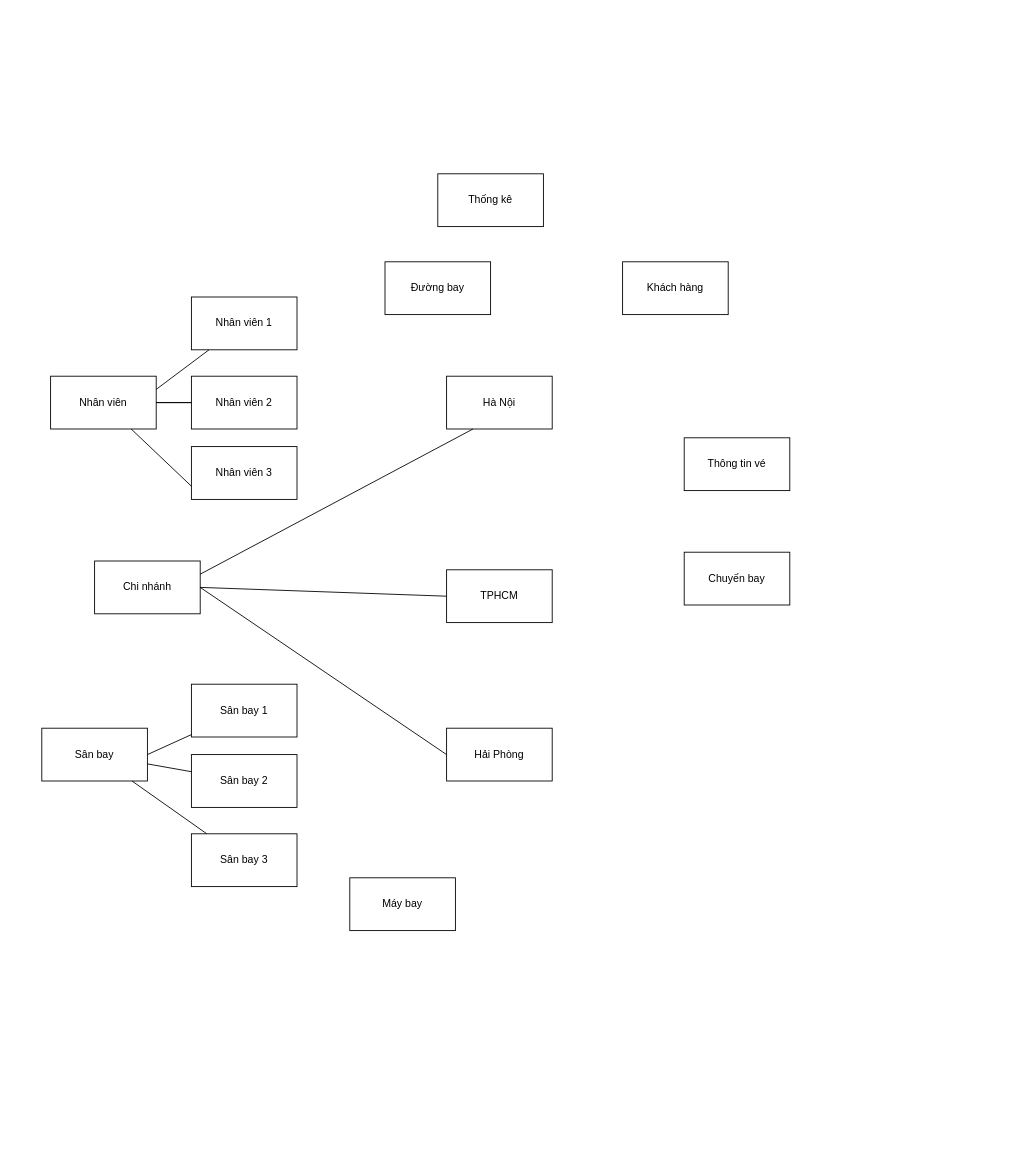
The draw.io diagram Untitled Diagram.drawio in Datbuudien/S-nh-v-, before the edit. Source tidied: cells renumbered, new cells numbered last; positions are measured from the earlier drawing's top-left corner, leaving out a move shared by most shapes. Both pictures are drawn from the tidied source at 88%, with x=0, y=0 at pixel (41, 173).
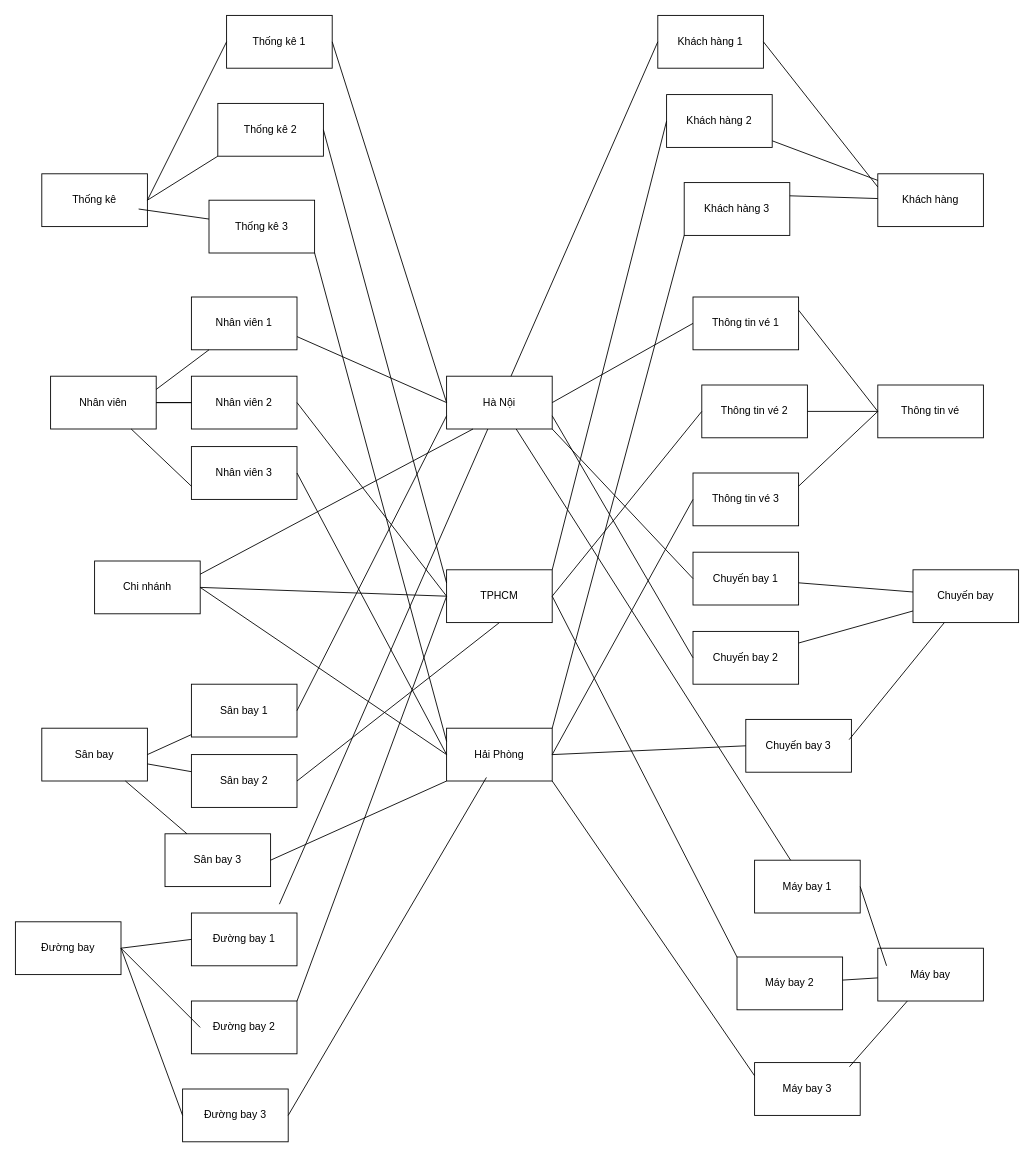
Above is the later version.

The change refers to these unchanged cells:
```xml
<mxCell id="2" value="Hà Nội" style="rounded=0;whiteSpace=wrap;html=1;" parent="1" vertex="1">
  <mxGeometry x="460" y="230" width="120" height="60" as="geometry" />
</mxCell>
<mxCell id="3" value="TPHCM" style="rounded=0;whiteSpace=wrap;html=1;" parent="1" vertex="1">
  <mxGeometry x="460" y="450" width="120" height="60" as="geometry" />
</mxCell>
<mxCell id="4" value="Hải Phòng" style="rounded=0;whiteSpace=wrap;html=1;" parent="1" vertex="1">
  <mxGeometry x="460" y="630" width="120" height="60" as="geometry" />
</mxCell>
<mxCell id="10" value="Nhân viên 1" style="rounded=0;whiteSpace=wrap;html=1;" parent="1" vertex="1">
  <mxGeometry x="170" y="140" width="120" height="60" as="geometry" />
</mxCell>
<mxCell id="11" value="Nhân viên 2" style="rounded=0;whiteSpace=wrap;html=1;" parent="1" vertex="1">
  <mxGeometry x="170" y="230" width="120" height="60" as="geometry" />
</mxCell>
<mxCell id="12" value="Nhân viên 3" style="rounded=0;whiteSpace=wrap;html=1;" parent="1" vertex="1">
  <mxGeometry x="170" y="310" width="120" height="60" as="geometry" />
</mxCell>
<mxCell id="24" value="Sân bay 1" style="rounded=0;whiteSpace=wrap;html=1;" parent="1" vertex="1">
  <mxGeometry x="170" y="580" width="120" height="60" as="geometry" />
</mxCell>
<mxCell id="25" value="Sân bay 2" style="rounded=0;whiteSpace=wrap;html=1;" parent="1" vertex="1">
  <mxGeometry x="170" y="660" width="120" height="60" as="geometry" />
</mxCell>
```

Change to the diagram source:
```diff
@@
     <mxCell id="18" value="Thống kê" style="rounded=0;whiteSpace=wrap;html=1;" parent="1" vertex="1">
-      <mxGeometry x="450" width="120" height="60" as="geometry" />
+      <mxGeometry width="120" height="60" as="geometry" />
     </mxCell>
     <mxCell id="19" value="Khách hàng" style="rounded=0;whiteSpace=wrap;html=1;" parent="1" vertex="1">
-      <mxGeometry x="660" y="100" width="120" height="60" as="geometry" />
+      <mxGeometry x="950" width="120" height="60" as="geometry" />
     </mxCell>
     <mxCell id="20" value="Thông tin vé" style="rounded=0;whiteSpace=wrap;html=1;" parent="1" vertex="1">
-      <mxGeometry x="730" y="300" width="120" height="60" as="geometry" />
+      <mxGeometry x="950" y="240" width="120" height="60" as="geometry" />
     </mxCell>
     <mxCell id="21" value="Đường bay" style="rounded=0;whiteSpace=wrap;html=1;" parent="1" vertex="1">
-      <mxGeometry x="390" y="100" width="120" height="60" as="geometry" />
+      <mxGeometry x="-30" y="850" width="120" height="60" as="geometry" />
     </mxCell>
     <mxCell id="22" value="Chuyến bay" style="rounded=0;whiteSpace=wrap;html=1;" parent="1" vertex="1">
-      <mxGeometry x="730" y="430" width="120" height="60" as="geometry" />
+      <mxGeometry x="990" y="450" width="120" height="60" as="geometry" />
     </mxCell>
     <mxCell id="23" value="Máy bay" style="rounded=0;whiteSpace=wrap;html=1;" parent="1" vertex="1">
-      <mxGeometry x="350" y="800" width="120" height="60" as="geometry" />
+      <mxGeometry x="950" y="880" width="120" height="60" as="geometry" />
     </mxCell>
@@
     <mxCell id="26" value="Sân bay 3" style="rounded=0;whiteSpace=wrap;html=1;" parent="1" vertex="1">
-      <mxGeometry x="170" y="750" width="120" height="60" as="geometry" />
+      <mxGeometry x="140" y="750" width="120" height="60" as="geometry" />
     </mxCell>
@@
+    <mxCell id="30" value="Thông tin vé 1" style="rounded=0;whiteSpace=wrap;html=1;" parent="1" vertex="1">
+      <mxGeometry x="740" y="140" width="120" height="60" as="geometry" />
+    </mxCell>
+    <mxCell id="31" value="Thông tin vé 3" style="rounded=0;whiteSpace=wrap;html=1;" parent="1" vertex="1">
+      <mxGeometry x="740" y="340" width="120" height="60" as="geometry" />
+    </mxCell>
+    <mxCell id="32" value="Thông tin vé 2" style="rounded=0;whiteSpace=wrap;html=1;" parent="1" vertex="1">
+      <mxGeometry x="750" y="240" width="120" height="60" as="geometry" />
+    </mxCell>
+    <mxCell id="33" style="endArrow=none;html=1;rounded=0;entryX=0;entryY=0.5;entryDx=0;entryDy=0;exitX=1;exitY=0.25;exitDx=0;exitDy=0;" parent="1" edge="1" source="30" target="20">
+      <mxGeometry relative="1" as="geometry" />
+    </mxCell>
+    <mxCell id="34" style="endArrow=none;html=1;rounded=0;entryX=0;entryY=0.5;entryDx=0;entryDy=0;exitX=1;exitY=0.5;exitDx=0;exitDy=0;" parent="1" edge="1" source="32" target="20">
+      <mxGeometry relative="1" as="geometry" />
+    </mxCell>
+    <mxCell id="35" style="endArrow=none;html=1;rounded=0;exitX=1;exitY=0.25;exitDx=0;exitDy=0;entryX=0;entryY=0.5;entryDx=0;entryDy=0;" parent="1" edge="1" source="31" target="20">
+      <mxGeometry relative="1" as="geometry" />
+    </mxCell>
+    <mxCell id="36" value="Chuyến bay 3" style="rounded=0;whiteSpace=wrap;html=1;" parent="1" vertex="1">
+      <mxGeometry x="800" y="620" width="120" height="60" as="geometry" />
+    </mxCell>
+    <mxCell id="37" value="Chuyến bay 2" style="rounded=0;whiteSpace=wrap;html=1;" parent="1" vertex="1">
+      <mxGeometry x="740" y="520" width="120" height="60" as="geometry" />
+    </mxCell>
+    <mxCell id="38" value="Chuyến bay 1" style="rounded=0;whiteSpace=wrap;html=1;" parent="1" vertex="1">
+      <mxGeometry x="740" y="430" width="120" height="60" as="geometry" />
+    </mxCell>
+    <mxCell id="39" style="endArrow=none;html=1;rounded=0;" parent="1" edge="1" source="38" target="22">
+      <mxGeometry relative="1" as="geometry" />
+    </mxCell>
+    <mxCell id="40" style="endArrow=none;html=1;rounded=0;" parent="1" edge="1" source="37" target="22">
+      <mxGeometry relative="1" as="geometry" />
+    </mxCell>
+    <mxCell id="41" style="endArrow=none;html=1;rounded=0;exitX=0.979;exitY=0.383;exitDx=0;exitDy=0;exitPerimeter=0;" parent="1" edge="1" source="36" target="22">
+      <mxGeometry relative="1" as="geometry" />
+    </mxCell>
+    <mxCell id="42" value="Thống kê 1" style="rounded=0;whiteSpace=wrap;html=1;" parent="1" vertex="1">
+      <mxGeometry x="210" y="-180" width="120" height="60" as="geometry" />
+    </mxCell>
+    <mxCell id="43" value="Thống kê 2" style="rounded=0;whiteSpace=wrap;html=1;" parent="1" vertex="1">
+      <mxGeometry x="200" y="-80" width="120" height="60" as="geometry" />
+    </mxCell>
+    <mxCell id="44" value="Thống kê 3" style="rounded=0;whiteSpace=wrap;html=1;" parent="1" vertex="1">
+      <mxGeometry x="190" y="30" width="120" height="60" as="geometry" />
+    </mxCell>
+    <mxCell id="45" value="Khách hàng 3" style="rounded=0;whiteSpace=wrap;html=1;" parent="1" vertex="1">
+      <mxGeometry x="730" y="10" width="120" height="60" as="geometry" />
+    </mxCell>
+    <mxCell id="46" value="Khách hàng 2" style="rounded=0;whiteSpace=wrap;html=1;" parent="1" vertex="1">
+      <mxGeometry x="710" y="-90" width="120" height="60" as="geometry" />
+    </mxCell>
+    <mxCell id="47" value="Khách hàng 1" style="rounded=0;whiteSpace=wrap;html=1;" parent="1" vertex="1">
+      <mxGeometry x="700" y="-180" width="120" height="60" as="geometry" />
+    </mxCell>
+    <mxCell id="48" value="Máy bay 2" style="rounded=0;whiteSpace=wrap;html=1;" parent="1" vertex="1">
+      <mxGeometry x="790" y="890" width="120" height="60" as="geometry" />
+    </mxCell>
+    <mxCell id="49" value="Máy bay 1" style="rounded=0;whiteSpace=wrap;html=1;" parent="1" vertex="1">
+      <mxGeometry x="810" y="780" width="120" height="60" as="geometry" />
+    </mxCell>
+    <mxCell id="50" value="Máy bay 3" style="rounded=0;whiteSpace=wrap;html=1;" parent="1" vertex="1">
+      <mxGeometry x="810" y="1010" width="120" height="60" as="geometry" />
+    </mxCell>
+    <mxCell id="51" style="endArrow=none;html=1;rounded=0;exitX=1;exitY=0.25;exitDx=0;exitDy=0;" parent="1" edge="1" source="45" target="19">
+      <mxGeometry relative="1" as="geometry" />
+    </mxCell>
+    <mxCell id="52" style="endArrow=none;html=1;rounded=0;" parent="1" edge="1" source="46" target="19">
+      <mxGeometry relative="1" as="geometry" />
+    </mxCell>
+    <mxCell id="53" style="endArrow=none;html=1;rounded=0;entryX=0;entryY=0.25;entryDx=0;entryDy=0;exitX=1;exitY=0.5;exitDx=0;exitDy=0;" parent="1" edge="1" source="47" target="19">
+      <mxGeometry relative="1" as="geometry" />
+    </mxCell>
+    <mxCell id="54" style="endArrow=none;html=1;rounded=0;exitX=1;exitY=0.5;exitDx=0;exitDy=0;entryX=0;entryY=0.5;entryDx=0;entryDy=0;" parent="1" edge="1" source="18" target="42">
+      <mxGeometry relative="1" as="geometry" />
+    </mxCell>
+    <mxCell id="55" style="endArrow=none;html=1;rounded=0;exitX=1;exitY=0.5;exitDx=0;exitDy=0;entryX=0;entryY=1;entryDx=0;entryDy=0;" parent="1" edge="1" source="18" target="43">
+      <mxGeometry relative="1" as="geometry" />
+    </mxCell>
+    <mxCell id="56" style="endArrow=none;html=1;rounded=0;exitX=0.917;exitY=0.667;exitDx=0;exitDy=0;exitPerimeter=0;" parent="1" edge="1" source="18" target="44">
+      <mxGeometry relative="1" as="geometry" />
+    </mxCell>
+    <mxCell id="57" style="endArrow=none;html=1;rounded=0;entryX=0.083;entryY=0.333;entryDx=0;entryDy=0;entryPerimeter=0;exitX=1;exitY=0.5;exitDx=0;exitDy=0;" parent="1" edge="1" source="49" target="23">
+      <mxGeometry relative="1" as="geometry" />
+    </mxCell>
+    <mxCell id="58" style="endArrow=none;html=1;rounded=0;" parent="1" edge="1" source="48" target="23">
+      <mxGeometry relative="1" as="geometry" />
+    </mxCell>
+    <mxCell id="59" style="endArrow=none;html=1;rounded=0;exitX=0.898;exitY=0.079;exitDx=0;exitDy=0;exitPerimeter=0;" parent="1" edge="1" source="50" target="23">
+      <mxGeometry relative="1" as="geometry" />
+    </mxCell>
+    <mxCell id="60" style="endArrow=none;html=1;rounded=0;exitX=1;exitY=0.5;exitDx=0;exitDy=0;entryX=0;entryY=0.5;entryDx=0;entryDy=0;" parent="1" edge="1" source="42" target="2">
+      <mxGeometry relative="1" as="geometry" />
+    </mxCell>
+    <mxCell id="61" value="Đường bay 1" style="rounded=0;whiteSpace=wrap;html=1;" parent="1" vertex="1">
+      <mxGeometry x="170" y="840" width="120" height="60" as="geometry" />
+    </mxCell>
+    <mxCell id="62" value="Đường bay 2" style="rounded=0;whiteSpace=wrap;html=1;" parent="1" vertex="1">
+      <mxGeometry x="170" y="940" width="120" height="60" as="geometry" />
+    </mxCell>
+    <mxCell id="63" value="Đường bay 3" style="rounded=0;whiteSpace=wrap;html=1;" parent="1" vertex="1">
+      <mxGeometry x="160" y="1040" width="120" height="60" as="geometry" />
+    </mxCell>
+    <mxCell id="64" style="endArrow=none;html=1;rounded=0;exitX=1;exitY=0.5;exitDx=0;exitDy=0;entryX=0;entryY=0.5;entryDx=0;entryDy=0;" parent="1" edge="1" source="21" target="61">
+      <mxGeometry relative="1" as="geometry" />
+    </mxCell>
+    <mxCell id="65" style="endArrow=none;html=1;rounded=0;exitX=1;exitY=0.5;exitDx=0;exitDy=0;entryX=0.083;entryY=0.5;entryDx=0;entryDy=0;entryPerimeter=0;" parent="1" edge="1" source="21" target="62">
+      <mxGeometry relative="1" as="geometry" />
+    </mxCell>
+    <mxCell id="66" style="endArrow=none;html=1;rounded=0;exitX=1;exitY=0.5;exitDx=0;exitDy=0;entryX=0;entryY=0.5;entryDx=0;entryDy=0;" parent="1" edge="1" source="21" target="63">
+      <mxGeometry relative="1" as="geometry" />
+    </mxCell>
+    <mxCell id="67" style="endArrow=none;html=1;rounded=0;entryX=0;entryY=0.5;entryDx=0;entryDy=0;" parent="1" edge="1" source="2" target="47">
+      <mxGeometry relative="1" as="geometry" />
+    </mxCell>
+    <mxCell id="68" style="endArrow=none;html=1;rounded=0;entryX=0;entryY=0.5;entryDx=0;entryDy=0;exitX=1;exitY=0.5;exitDx=0;exitDy=0;" parent="1" edge="1" source="2" target="30">
+      <mxGeometry relative="1" as="geometry" />
+    </mxCell>
+    <mxCell id="69" style="endArrow=none;html=1;rounded=0;exitX=1;exitY=0.75;exitDx=0;exitDy=0;entryX=0;entryY=0.5;entryDx=0;entryDy=0;" parent="1" edge="1" source="10" target="2">
+      <mxGeometry relative="1" as="geometry" />
+    </mxCell>
+    <mxCell id="70" style="endArrow=none;html=1;rounded=0;entryX=0;entryY=0.5;entryDx=0;entryDy=0;exitX=1;exitY=1;exitDx=0;exitDy=0;" parent="1" edge="1" source="2" target="38">
+      <mxGeometry relative="1" as="geometry" />
+    </mxCell>
+    <mxCell id="71" style="endArrow=none;html=1;rounded=0;exitX=1;exitY=0.5;exitDx=0;exitDy=0;entryX=0;entryY=0.75;entryDx=0;entryDy=0;" parent="1" edge="1" source="24" target="2">
+      <mxGeometry relative="1" as="geometry" />
+    </mxCell>
+    <mxCell id="72" style="endArrow=none;html=1;rounded=0;exitX=1;exitY=0.5;exitDx=0;exitDy=0;" parent="1" edge="1" source="25">
+      <mxGeometry relative="1" as="geometry">
+        <mxPoint x="520" y="510" as="targetPoint" />
+      </mxGeometry>
+    </mxCell>
+    <mxCell id="73" style="endArrow=none;html=1;rounded=0;" parent="1" edge="1" target="2">
+      <mxGeometry relative="1" as="geometry">
+        <mxPoint x="270" y="830" as="sourcePoint" />
+      </mxGeometry>
+    </mxCell>
+    <mxCell id="74" style="endArrow=none;html=1;rounded=0;" parent="1" edge="1" source="49" target="2">
+      <mxGeometry relative="1" as="geometry" />
+    </mxCell>
+    <mxCell id="75" style="endArrow=none;html=1;rounded=0;entryX=0;entryY=0.25;entryDx=0;entryDy=0;exitX=1;exitY=0.5;exitDx=0;exitDy=0;" parent="1" edge="1" source="43" target="3">
+      <mxGeometry relative="1" as="geometry" />
+    </mxCell>
+    <mxCell id="76" style="endArrow=none;html=1;rounded=0;entryX=0;entryY=0.25;entryDx=0;entryDy=0;exitX=1;exitY=1;exitDx=0;exitDy=0;" parent="1" edge="1" source="44" target="4">
+      <mxGeometry relative="1" as="geometry" />
+    </mxCell>
+    <mxCell id="77" style="endArrow=none;html=1;rounded=0;entryX=0;entryY=0.5;entryDx=0;entryDy=0;exitX=1;exitY=0;exitDx=0;exitDy=0;" parent="1" edge="1" source="3" target="46">
+      <mxGeometry relative="1" as="geometry" />
+    </mxCell>
+    <mxCell id="78" style="endArrow=none;html=1;rounded=0;entryX=0;entryY=1;entryDx=0;entryDy=0;exitX=1;exitY=0;exitDx=0;exitDy=0;" parent="1" edge="1" source="4" target="45">
+      <mxGeometry relative="1" as="geometry" />
+    </mxCell>
+    <mxCell id="79" style="endArrow=none;html=1;rounded=0;exitX=1;exitY=0.5;exitDx=0;exitDy=0;entryX=0;entryY=0.5;entryDx=0;entryDy=0;" parent="1" edge="1" source="11" target="3">
+      <mxGeometry relative="1" as="geometry" />
+    </mxCell>
+    <mxCell id="80" style="endArrow=none;html=1;rounded=0;exitX=1;exitY=0.5;exitDx=0;exitDy=0;entryX=0;entryY=0.5;entryDx=0;entryDy=0;" parent="1" edge="1" source="12" target="4">
+      <mxGeometry relative="1" as="geometry" />
+    </mxCell>
+    <mxCell id="81" style="endArrow=none;html=1;rounded=0;entryX=0;entryY=0.5;entryDx=0;entryDy=0;exitX=1;exitY=0.5;exitDx=0;exitDy=0;" parent="1" edge="1" source="3" target="32">
+      <mxGeometry relative="1" as="geometry" />
+    </mxCell>
+    <mxCell id="82" style="endArrow=none;html=1;rounded=0;entryX=0;entryY=0.5;entryDx=0;entryDy=0;exitX=1;exitY=0.5;exitDx=0;exitDy=0;" parent="1" edge="1" source="4" target="31">
+      <mxGeometry relative="1" as="geometry" />
+    </mxCell>
+    <mxCell id="83" style="endArrow=none;html=1;rounded=0;entryX=0;entryY=0.5;entryDx=0;entryDy=0;exitX=1;exitY=0.75;exitDx=0;exitDy=0;" parent="1" edge="1" source="2" target="37">
+      <mxGeometry relative="1" as="geometry" />
+    </mxCell>
+    <mxCell id="84" style="endArrow=none;html=1;rounded=0;entryX=0;entryY=0.5;entryDx=0;entryDy=0;" parent="1" edge="1" target="36">
+      <mxGeometry relative="1" as="geometry">
+        <mxPoint x="580" y="660" as="sourcePoint" />
+      </mxGeometry>
+    </mxCell>
+    <mxCell id="85" style="endArrow=none;html=1;rounded=0;exitX=1;exitY=0.5;exitDx=0;exitDy=0;entryX=0;entryY=1;entryDx=0;entryDy=0;" parent="1" edge="1" source="26" target="4">
+      <mxGeometry relative="1" as="geometry" />
+    </mxCell>
+    <mxCell id="86" style="endArrow=none;html=1;rounded=0;exitX=1;exitY=0;exitDx=0;exitDy=0;entryX=0;entryY=0.5;entryDx=0;entryDy=0;" parent="1" edge="1" source="62" target="3">
+      <mxGeometry relative="1" as="geometry" />
+    </mxCell>
+    <mxCell id="87" style="endArrow=none;html=1;rounded=0;entryX=0;entryY=0;entryDx=0;entryDy=0;" parent="1" edge="1" target="48">
+      <mxGeometry relative="1" as="geometry">
+        <mxPoint x="580" y="480" as="sourcePoint" />
+      </mxGeometry>
+    </mxCell>
+    <mxCell id="88" style="endArrow=none;html=1;rounded=0;exitX=1;exitY=0.5;exitDx=0;exitDy=0;entryX=0.377;entryY=0.933;entryDx=0;entryDy=0;entryPerimeter=0;" parent="1" edge="1" source="63" target="4">
+      <mxGeometry relative="1" as="geometry" />
+    </mxCell>
+    <mxCell id="89" style="endArrow=none;html=1;rounded=0;entryX=0;entryY=0.25;entryDx=0;entryDy=0;exitX=1;exitY=1;exitDx=0;exitDy=0;" parent="1" edge="1" source="4" target="50">
+      <mxGeometry relative="1" as="geometry" />
+    </mxCell>
```
